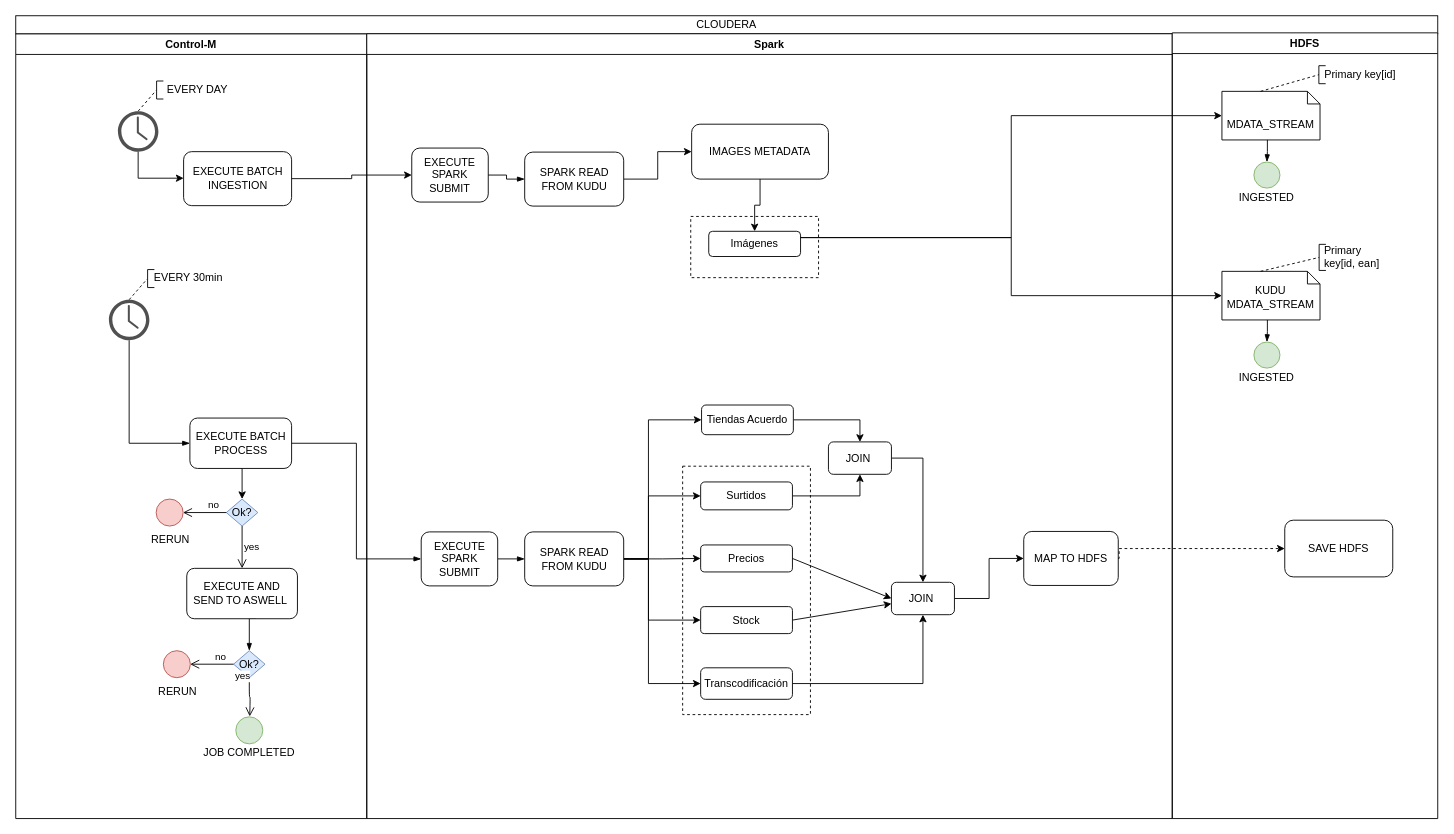
Earlier version of the draw.io diagram Cap Diagram.drawio (StefanoMazzukaCapgemini/Cap_Diagram). Source tidied: cells renumbered, new cells numbered last; positions are measured from the earlier drawing's top-left corner, leaving out a move shared by most shapes. Both pictures are drawn from the tidied source at 90%, with x=0, y=0 at pixel (15, 15).
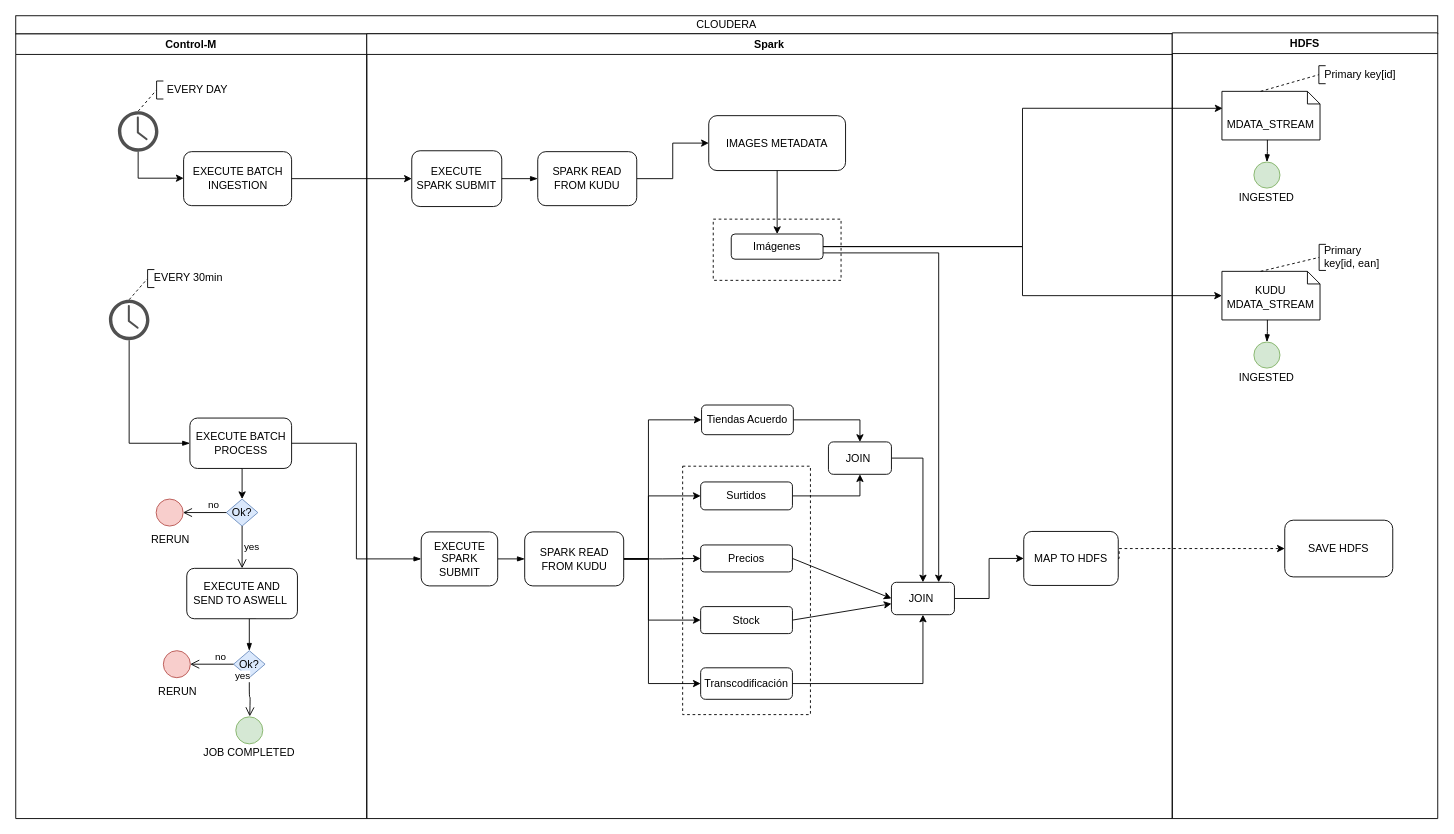
After the change.

Unchanged cells that the change refers to:
```xml
<mxCell id="31" value="Spark" style="swimlane;whiteSpace=wrap;startSize=23;" parent="1" vertex="1">
  <mxGeometry x="390" y="20" width="895" height="872" as="geometry" />
</mxCell>
<mxCell id="56" value="JOIN&amp;nbsp;" style="rounded=1;whiteSpace=wrap;html=1;" parent="31" vertex="1">
  <mxGeometry x="583" y="609.5" width="70" height="36" as="geometry" />
</mxCell>
<mxCell id="67" value="&lt;br&gt;&lt;br&gt;MDATA_STREAM" style="shape=note;whiteSpace=wrap;html=1;size=14;verticalAlign=top;align=center;spacingTop=-6;" parent="65" vertex="1">
  <mxGeometry x="55.2" y="65" width="109" height="54" as="geometry" />
</mxCell>
<mxCell id="73" value="&lt;br style=&quot;white-space: normal&quot;&gt;&lt;span style=&quot;white-space: normal&quot;&gt;KUDU&lt;/span&gt;&lt;br style=&quot;white-space: normal&quot;&gt;&lt;span style=&quot;white-space: normal&quot;&gt;MDATA_STREAM&lt;/span&gt;" style="shape=note;whiteSpace=wrap;html=1;size=14;verticalAlign=top;align=center;spacingTop=-6;" parent="65" vertex="1">
  <mxGeometry x="55.2" y="265" width="109" height="54" as="geometry" />
</mxCell>
```

Diff of the diagram source:
```diff
@@
     <mxCell id="32" style="rounded=0;whiteSpace=wrap;html=1;dashed=1;" parent="31" vertex="1">
-      <mxGeometry x="360" y="203" width="142" height="68" as="geometry" />
+      <mxGeometry x="385" y="206" width="142" height="68" as="geometry" />
     </mxCell>
@@
+    <mxCell id="86" style="edgeStyle=orthogonalEdgeStyle;rounded=0;jettySize=auto;html=1;exitX=1;exitY=0.75;exitDx=0;exitDy=0;entryX=0.75;entryY=0;entryDx=0;entryDy=0;" parent="31" edge="1" source="58" target="56">
+      <mxGeometry relative="1" as="geometry" />
+    </mxCell>
     <mxCell id="58" value="Imágenes" style="rounded=1;whiteSpace=wrap;html=1;" parent="31" vertex="1">
-      <mxGeometry x="380" y="219.5" width="102" height="28" as="geometry" />
+      <mxGeometry x="405" y="222.5" width="102" height="28" as="geometry" />
     </mxCell>
     <mxCell id="59" value="IMAGES METADATA" style="rounded=1;whiteSpace=wrap;html=1;" parent="31" vertex="1">
-      <mxGeometry x="361" y="100.5" width="152" height="61" as="geometry" />
+      <mxGeometry x="380" y="91" width="152" height="61" as="geometry" />
     </mxCell>
@@
     <mxCell id="61" value="EXECUTE SPARK SUBMIT" style="rounded=1;whiteSpace=wrap;html=1;" parent="31" vertex="1">
-      <mxGeometry x="50" y="127" width="85" height="60" as="geometry" />
+      <mxGeometry x="50" y="130" width="100" height="62" as="geometry" />
     </mxCell>
@@
     <mxCell id="63" value="SPARK READ FROM KUDU" style="rounded=1;whiteSpace=wrap;html=1;" parent="31" vertex="1">
-      <mxGeometry x="175.5" y="131.5" width="110" height="60" as="geometry" />
+      <mxGeometry x="190" y="131" width="110" height="60" as="geometry" />
     </mxCell>
@@
-    <mxCell id="84" style="edgeStyle=orthogonalEdgeStyle;rounded=0;jettySize=auto;html=1;entryX=0;entryY=0.5;entryDx=0;entryDy=0;entryPerimeter=0;exitX=1;exitY=0.25;exitDx=0;exitDy=0;" parent="1" edge="1" source="58" target="67">
+    <mxCell id="84" style="edgeStyle=orthogonalEdgeStyle;rounded=0;jettySize=auto;html=1;exitX=1;exitY=0.5;exitDx=0;exitDy=0;entryX=0.006;entryY=0.349;entryDx=0;entryDy=0;entryPerimeter=0;" parent="1" edge="1" source="58" target="67">
       <mxGeometry relative="1" as="geometry" />
     </mxCell>
-    <mxCell id="85" style="edgeStyle=orthogonalEdgeStyle;rounded=0;jettySize=auto;html=1;exitX=1;exitY=0.25;exitDx=0;exitDy=0;entryX=0;entryY=0.5;entryDx=0;entryDy=0;entryPerimeter=0;" parent="1" edge="1" source="58" target="73">
+    <mxCell id="85" style="edgeStyle=orthogonalEdgeStyle;rounded=0;jettySize=auto;html=1;exitX=1;exitY=0.5;exitDx=0;exitDy=0;entryX=0;entryY=0.5;entryDx=0;entryDy=0;entryPerimeter=0;" parent="1" edge="1" source="58" target="73">
       <mxGeometry relative="1" as="geometry" />
     </mxCell>
```
